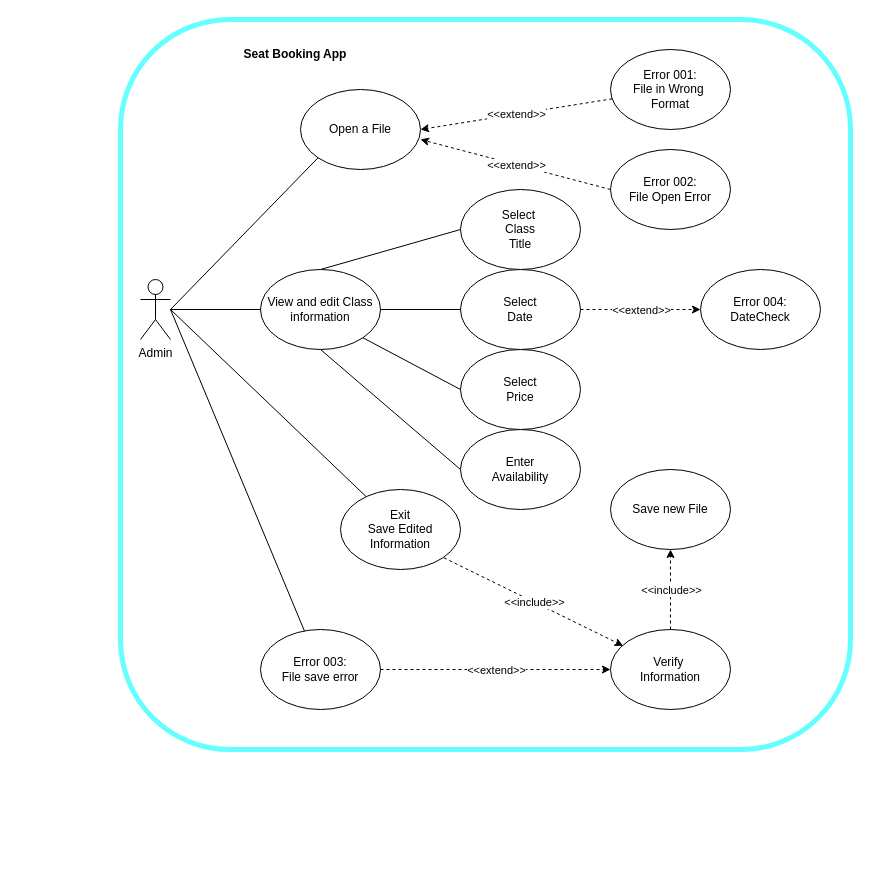
The draw.io diagram Untitled Diagram.drawio in AlenKrga/CourseBookingDFD, before the edit. Source tidied: cells renumbered, new cells numbered last; positions are measured from the earlier drawing's top-left corner, leaving out a move shared by most shapes. Both pictures are drawn from the tidied source at 100%, with x=0, y=0 at pixel (120, 19).
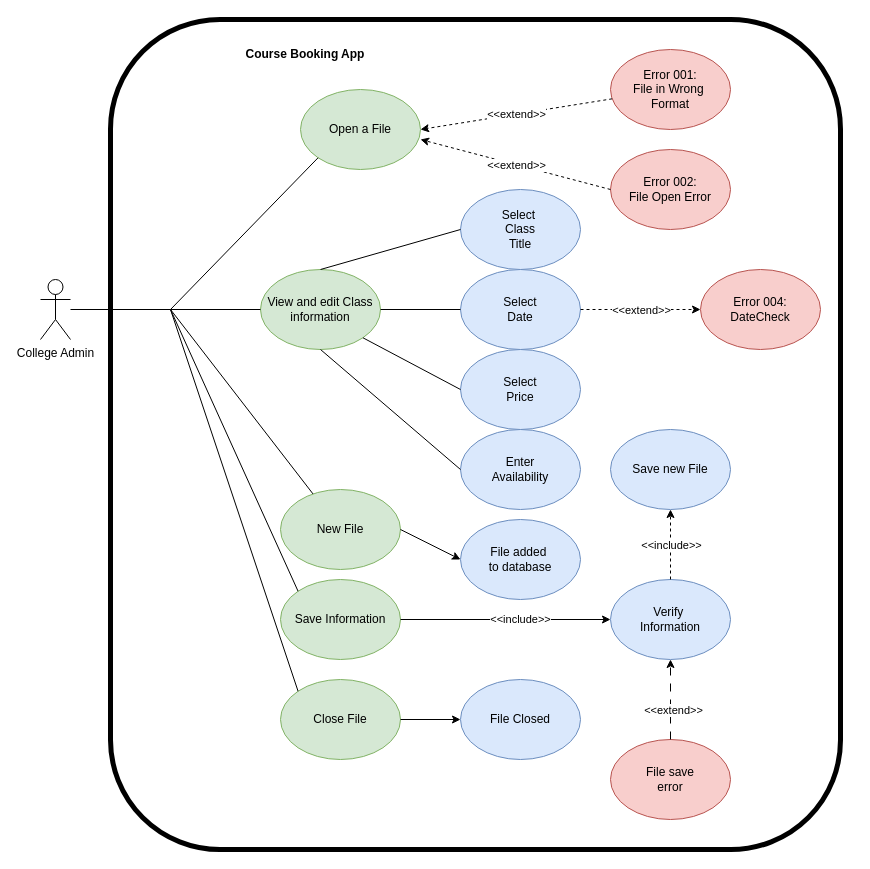
After the change.

The edit, as a diff of the source:
```diff
@@
-    <mxCell id="2" style="rounded=1;whiteSpace=wrap;html=1;gradientColor=none;strokeColor=#66FFFF;strokeWidth=5;" parent="1" vertex="1">
-      <mxGeometry width="730" height="730" as="geometry" />
+    <mxCell id="2" style="rounded=1;whiteSpace=wrap;html=1;gradientColor=none;strokeColor=#000000;strokeWidth=5;" parent="1" vertex="1">
+      <mxGeometry x="-10" width="730" height="830" as="geometry" />
     </mxCell>
-    <mxCell id="3" value="Admin" style="shape=umlActor;verticalLabelPosition=bottom;verticalAlign=top;html=1;outlineConnect=0;" parent="1" vertex="1">
-      <mxGeometry x="20" y="260" width="30" height="60" as="geometry" />
+    <mxCell id="3" value="College Admin" style="shape=umlActor;verticalLabelPosition=bottom;verticalAlign=top;html=1;outlineConnect=0;" parent="1" vertex="1">
+      <mxGeometry x="-80" y="260" width="30" height="60" as="geometry" />
     </mxCell>
-    <mxCell id="4" value="View and edit Class&lt;br&gt;information" style="ellipse;whiteSpace=wrap;html=1;" parent="1" vertex="1">
+    <mxCell id="4" value="View and edit Class&lt;br&gt;information" style="ellipse;whiteSpace=wrap;html=1;fillColor=#d5e8d4;strokeColor=#82b366;" parent="1" vertex="1">
       <mxGeometry x="140" y="250" width="120" height="80" as="geometry" />
     </mxCell>
-    <mxCell id="5" value="Select&lt;br&gt;Date" style="ellipse;whiteSpace=wrap;html=1;" parent="1" vertex="1">
+    <mxCell id="5" value="Select&lt;br&gt;Date" style="ellipse;whiteSpace=wrap;html=1;fillColor=#dae8fc;strokeColor=#6c8ebf;" parent="1" vertex="1">
       <mxGeometry x="340" y="250" width="120" height="80" as="geometry" />
     </mxCell>
-    <mxCell id="6" value="Error 004:&lt;br&gt;DateCheck" style="ellipse;whiteSpace=wrap;html=1;" parent="1" vertex="1">
+    <mxCell id="6" value="Error 004:&lt;br&gt;DateCheck" style="ellipse;whiteSpace=wrap;html=1;fillColor=#f8cecc;strokeColor=#b85450;" parent="1" vertex="1">
       <mxGeometry x="580" y="250" width="120" height="80" as="geometry" />
     </mxCell>
-    <mxCell id="7" value="Select&amp;nbsp;&lt;br&gt;Class&lt;br&gt;Title" style="ellipse;whiteSpace=wrap;html=1;" parent="1" vertex="1">
+    <mxCell id="7" value="Select&amp;nbsp;&lt;br&gt;Class&lt;br&gt;Title" style="ellipse;whiteSpace=wrap;html=1;fillColor=#dae8fc;strokeColor=#6c8ebf;" parent="1" vertex="1">
       <mxGeometry x="340" y="170" width="120" height="80" as="geometry" />
     </mxCell>
-    <mxCell id="8" value="Select&lt;br&gt;Price" style="ellipse;whiteSpace=wrap;html=1;" parent="1" vertex="1">
+    <mxCell id="8" value="Select&lt;br&gt;Price" style="ellipse;whiteSpace=wrap;html=1;fillColor=#dae8fc;strokeColor=#6c8ebf;" parent="1" vertex="1">
       <mxGeometry x="340" y="330" width="120" height="80" as="geometry" />
     </mxCell>
-    <mxCell id="9" value="Enter&lt;br&gt;Availability" style="ellipse;whiteSpace=wrap;html=1;" parent="1" vertex="1">
+    <mxCell id="9" value="Enter&lt;br&gt;Availability" style="ellipse;whiteSpace=wrap;html=1;fillColor=#dae8fc;strokeColor=#6c8ebf;" parent="1" vertex="1">
       <mxGeometry x="340" y="410" width="120" height="80" as="geometry" />
     </mxCell>
-    <mxCell id="10" value="Open a File" style="ellipse;whiteSpace=wrap;html=1;" parent="1" vertex="1">
+    <mxCell id="10" value="Open a File" style="ellipse;whiteSpace=wrap;html=1;fillColor=#d5e8d4;strokeColor=#82b366;" parent="1" vertex="1">
       <mxGeometry x="180" y="70" width="120" height="80" as="geometry" />
     </mxCell>
-    <mxCell id="11" value="Error 001:&lt;br&gt;File in Wrong&amp;nbsp;&lt;br&gt;Format" style="ellipse;whiteSpace=wrap;html=1;" parent="1" vertex="1">
+    <mxCell id="11" value="Error 001:&lt;br&gt;File in Wrong&amp;nbsp;&lt;br&gt;Format" style="ellipse;whiteSpace=wrap;html=1;fillColor=#f8cecc;strokeColor=#b85450;" parent="1" vertex="1">
       <mxGeometry x="490" y="30" width="120" height="80" as="geometry" />
     </mxCell>
-    <mxCell id="12" value="Error 002:&lt;br&gt;File Open Error" style="ellipse;whiteSpace=wrap;html=1;" parent="1" vertex="1">
+    <mxCell id="12" value="Error 002:&lt;br&gt;File Open Error" style="ellipse;whiteSpace=wrap;html=1;fillColor=#f8cecc;strokeColor=#b85450;" parent="1" vertex="1">
       <mxGeometry x="490" y="130" width="120" height="80" as="geometry" />
     </mxCell>
@@
-    <mxCell id="23" value="Exit&lt;br&gt;Save Edited Information" style="ellipse;whiteSpace=wrap;html=1;" parent="1" vertex="1">
-      <mxGeometry x="220" y="470" width="120" height="80" as="geometry" />
+    <mxCell id="23" value="New File" style="ellipse;whiteSpace=wrap;html=1;fillColor=#d5e8d4;strokeColor=#82b366;" parent="1" vertex="1">
+      <mxGeometry x="160" y="470" width="120" height="80" as="geometry" />
     </mxCell>
-    <mxCell id="24" value="Error 003:&lt;br&gt;File save error" style="ellipse;whiteSpace=wrap;html=1;" parent="1" vertex="1">
-      <mxGeometry x="140" y="610" width="120" height="80" as="geometry" />
+    <mxCell id="24" value="Close File" style="ellipse;whiteSpace=wrap;html=1;fillColor=#d5e8d4;strokeColor=#82b366;" parent="1" vertex="1">
+      <mxGeometry x="160" y="660" width="120" height="80" as="geometry" />
     </mxCell>
-    <mxCell id="25" value="Verify&amp;nbsp;&lt;br&gt;Information" style="ellipse;whiteSpace=wrap;html=1;" parent="1" vertex="1">
-      <mxGeometry x="490" y="610" width="120" height="80" as="geometry" />
+    <mxCell id="25" value="Verify&amp;nbsp;&lt;br&gt;Information" style="ellipse;whiteSpace=wrap;html=1;fillColor=#dae8fc;strokeColor=#6c8ebf;" parent="1" vertex="1">
+      <mxGeometry x="490" y="560" width="120" height="80" as="geometry" />
     </mxCell>
-    <mxCell id="26" value="Save new File" style="ellipse;whiteSpace=wrap;html=1;" parent="1" vertex="1">
-      <mxGeometry x="490" y="450" width="120" height="80" as="geometry" />
+    <mxCell id="26" value="Save new File" style="ellipse;whiteSpace=wrap;html=1;fillColor=#dae8fc;strokeColor=#6c8ebf;" parent="1" vertex="1">
+      <mxGeometry x="490" y="410" width="120" height="80" as="geometry" />
     </mxCell>
-    <mxCell id="27" style="endArrow=classic;html=1;rounded=0;dashed=1;exitX=1;exitY=1;exitDx=0;exitDy=0;" parent="1" edge="1">
-      <mxGeometry relative="1" as="geometry">
-        <mxPoint x="323.4" y="538.3" as="sourcePoint" />
-        <mxPoint x="502.6" y="626.3" as="targetPoint" />
-      </mxGeometry>
-    </mxCell>
-    <mxCell id="28" value="&amp;lt;&amp;lt;include&amp;gt;&amp;gt;" style="edgeLabel;html=1;align=center;verticalAlign=middle;" parent="27" vertex="1">
-      <mxGeometry relative="1" as="geometry" />
-    </mxCell>
-    <mxCell id="29" style="endArrow=classic;html=1;rounded=0;entryX=0;entryY=0.5;entryDx=0;entryDy=0;dashed=1;exitX=1;exitY=0.5;exitDx=0;exitDy=0;" parent="1" edge="1" source="24" target="25">
-      <mxGeometry relative="1" as="geometry" />
-    </mxCell>
-    <mxCell id="30" value="&amp;lt;&amp;lt;extend&amp;gt;&amp;gt;" style="edgeLabel;html=1;align=center;verticalAlign=middle;" parent="29" vertex="1">
-      <mxGeometry relative="1" as="geometry" />
-    </mxCell>
@@
-    <mxCell id="34" style="endArrow=none;html=1;rounded=0;" parent="1" edge="1" target="24">
+    <mxCell id="34" style="endArrow=none;html=1;rounded=0;entryX=0;entryY=0;entryDx=0;entryDy=0;" parent="1" edge="1" target="24">
       <mxGeometry relative="1" as="geometry">
         <mxPoint x="50" y="290" as="sourcePoint" />
       </mxGeometry>
     </mxCell>
@@
-    <mxCell id="36" value="Seat Booking App" style="text;html=1;strokeColor=none;fillColor=none;align=center;verticalAlign=middle;whiteSpace=wrap;rounded=0;fontStyle=1;labelBackgroundColor=none;" parent="1" vertex="1">
-      <mxGeometry x="120" y="20" width="110" height="30" as="geometry" />
+    <mxCell id="36" value="Course Booking App" style="text;html=1;strokeColor=none;fillColor=none;align=center;verticalAlign=middle;whiteSpace=wrap;rounded=0;fontStyle=1;labelBackgroundColor=none;" parent="1" vertex="1">
+      <mxGeometry x="120" y="20" width="130" height="30" as="geometry" />
     </mxCell>
@@
+    <mxCell id="38" value="Save Information" style="ellipse;whiteSpace=wrap;html=1;fillColor=#d5e8d4;strokeColor=#82b366;" parent="1" vertex="1">
+      <mxGeometry x="160" y="560" width="120" height="80" as="geometry" />
+    </mxCell>
+    <mxCell id="39" value="File added&amp;nbsp;&lt;br&gt;to database" style="ellipse;whiteSpace=wrap;html=1;fillColor=#dae8fc;strokeColor=#6c8ebf;" parent="1" vertex="1">
+      <mxGeometry x="340" y="500" width="120" height="80" as="geometry" />
+    </mxCell>
+    <mxCell id="40" style="endArrow=none;html=1;rounded=0;entryX=0;entryY=0;entryDx=0;entryDy=0;" parent="1" edge="1" target="38">
+      <mxGeometry relative="1" as="geometry">
+        <mxPoint x="50" y="290" as="sourcePoint" />
+      </mxGeometry>
+    </mxCell>
+    <mxCell id="41" style="endArrow=classic;html=1;rounded=0;exitX=1;exitY=0.5;exitDx=0;exitDy=0;entryX=0;entryY=0.5;entryDx=0;entryDy=0;" parent="1" edge="1" source="23" target="39">
+      <mxGeometry relative="1" as="geometry" />
+    </mxCell>
+    <mxCell id="42" style="endArrow=classic;html=1;rounded=0;exitX=1;exitY=0.5;exitDx=0;exitDy=0;entryX=0;entryY=0.5;entryDx=0;entryDy=0;" parent="1" edge="1" source="38" target="25">
+      <mxGeometry relative="1" as="geometry" />
+    </mxCell>
+    <mxCell id="28" value="&amp;lt;&amp;lt;include&amp;gt;&amp;gt;" style="edgeLabel;html=1;align=center;verticalAlign=middle;" parent="42" vertex="1">
+      <mxGeometry x="0.13" y="1" relative="1" as="geometry" />
+    </mxCell>
+    <mxCell id="43" value="File Closed" style="ellipse;whiteSpace=wrap;html=1;fillColor=#dae8fc;strokeColor=#6c8ebf;" parent="1" vertex="1">
+      <mxGeometry x="340" y="660" width="120" height="80" as="geometry" />
+    </mxCell>
+    <mxCell id="44" style="endArrow=classic;html=1;rounded=0;exitX=1;exitY=0.5;exitDx=0;exitDy=0;entryX=0;entryY=0.5;entryDx=0;entryDy=0;" parent="1" edge="1" source="24" target="43">
+      <mxGeometry relative="1" as="geometry" />
+    </mxCell>
+    <mxCell id="45" value="File save&lt;br&gt;error" style="ellipse;whiteSpace=wrap;html=1;fillColor=#f8cecc;strokeColor=#b85450;" parent="1" vertex="1">
+      <mxGeometry x="490" y="720" width="120" height="80" as="geometry" />
+    </mxCell>
+    <mxCell id="46" style="endArrow=classic;html=1;rounded=0;exitX=0.5;exitY=0;exitDx=0;exitDy=0;entryX=0.5;entryY=1;entryDx=0;entryDy=0;dashed=1;dashPattern=8 8;" parent="1" edge="1" source="45" target="25">
+      <mxGeometry relative="1" as="geometry" />
+    </mxCell>
+    <mxCell id="30" value="&amp;lt;&amp;lt;extend&amp;gt;&amp;gt;" style="edgeLabel;html=1;align=center;verticalAlign=middle;" parent="46" vertex="1">
+      <mxGeometry x="-0.25" y="-2" relative="1" as="geometry" />
+    </mxCell>
```
